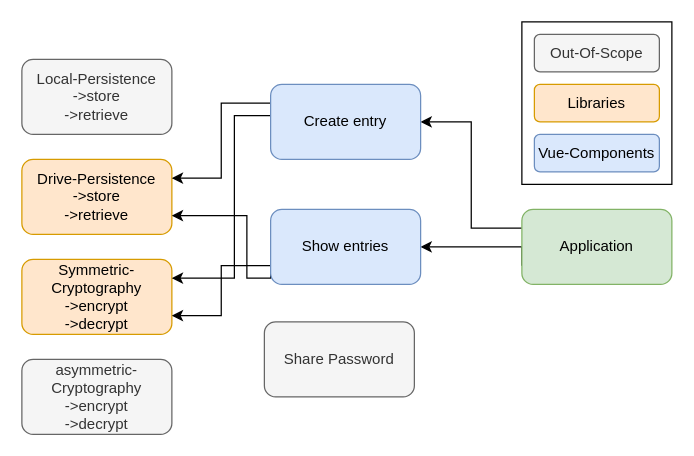
Earlier version of the draw.io diagram page "Seite-2" (2 of 2) of doc/pictures/Dash_Implementierung.drawio (robhta/DASHPasswordManager). Source tidied: cells renumbered, new cells numbered last; positions are measured from the earlier drawing's top-left corner, leaving out a move shared by most shapes. Both pictures are drawn from the tidied source at 125%, with x=0, y=0 at pixel (21, 21).
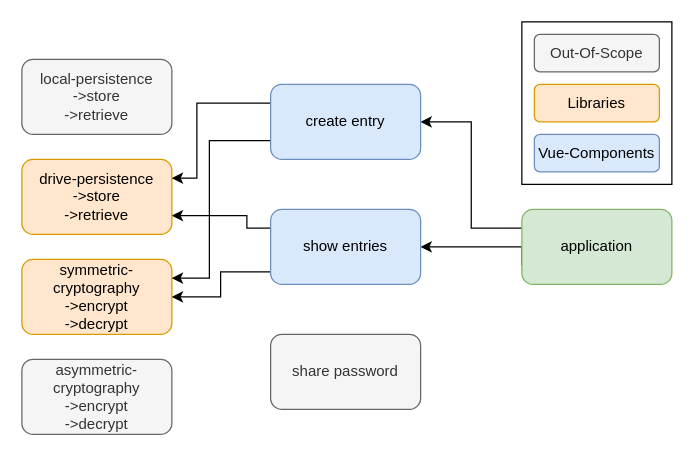
The same diagram, later.

Commit message (it also covers changes not shown here):
Update figure: architecture for the readme

The edit, as a diff of the source:
```diff
@@
-    <mxCell id="2" value="Drive-Persistence&lt;br&gt;-&amp;gt;store&lt;br&gt;-&amp;gt;retrieve" style="rounded=1;whiteSpace=wrap;html=1;fillColor=#ffe6cc;strokeColor=#d79b00;" parent="1" vertex="1">
+    <mxCell id="2" value="drive-persistence&lt;br&gt;-&amp;gt;store&lt;br&gt;-&amp;gt;retrieve" style="rounded=1;whiteSpace=wrap;html=1;fillColor=#ffe6cc;strokeColor=#d79b00;" parent="1" vertex="1">
       <mxGeometry y="110" width="120" height="60" as="geometry" />
     </mxCell>
-    <mxCell id="3" value="Symmetric-Cryptography&lt;br&gt;-&amp;gt;encrypt&lt;br&gt;-&amp;gt;decrypt" style="rounded=1;whiteSpace=wrap;html=1;fillColor=#ffe6cc;strokeColor=#d79b00;" parent="1" vertex="1">
+    <mxCell id="3" value="symmetric-cryptography&lt;br&gt;-&amp;gt;encrypt&lt;br&gt;-&amp;gt;decrypt" style="rounded=1;whiteSpace=wrap;html=1;fillColor=#ffe6cc;strokeColor=#d79b00;" parent="1" vertex="1">
       <mxGeometry y="190" width="120" height="60" as="geometry" />
     </mxCell>
@@
-    <mxCell id="6" value="Application" style="rounded=1;whiteSpace=wrap;html=1;fillColor=#d5e8d4;strokeColor=#82b366;" parent="1" vertex="1">
+    <mxCell id="6" value="application" style="rounded=1;whiteSpace=wrap;html=1;fillColor=#d5e8d4;strokeColor=#82b366;" parent="1" vertex="1">
       <mxGeometry x="400" y="150" width="120" height="60" as="geometry" />
     </mxCell>
     <mxCell id="7" style="edgeStyle=orthogonalEdgeStyle;rounded=0;jettySize=auto;html=1;exitX=0;exitY=0.25;exitDx=0;exitDy=0;entryX=1;entryY=0.25;entryDx=0;entryDy=0;" parent="1" edge="1" source="9" target="2">
-      <mxGeometry relative="1" as="geometry" />
+      <mxGeometry relative="1" as="geometry">
+        <Array as="points">
+          <mxPoint x="140" y="65" />
+          <mxPoint x="140" y="125" />
+        </Array>
+      </mxGeometry>
     </mxCell>
     <mxCell id="8" style="edgeStyle=orthogonalEdgeStyle;rounded=0;jettySize=auto;html=1;exitX=0;exitY=0.75;exitDx=0;exitDy=0;entryX=1;entryY=0.25;entryDx=0;entryDy=0;" parent="1" edge="1" source="9" target="3">
       <mxGeometry relative="1" as="geometry">
         <Array as="points">
-          <mxPoint x="170" y="75" />
-          <mxPoint x="170" y="205" />
+          <mxPoint x="150" y="95" />
+          <mxPoint x="150" y="205" />
         </Array>
       </mxGeometry>
     </mxCell>
-    <mxCell id="9" value="Create entry" style="rounded=1;whiteSpace=wrap;html=1;fillColor=#dae8fc;strokeColor=#6c8ebf;" parent="1" vertex="1">
+    <mxCell id="9" value="create entry" style="rounded=1;whiteSpace=wrap;html=1;fillColor=#dae8fc;strokeColor=#6c8ebf;" parent="1" vertex="1">
       <mxGeometry x="199" y="50" width="120" height="60" as="geometry" />
     </mxCell>
     <mxCell id="10" style="edgeStyle=orthogonalEdgeStyle;rounded=0;jettySize=auto;html=1;exitX=0;exitY=0.25;exitDx=0;exitDy=0;entryX=1;entryY=0.75;entryDx=0;entryDy=0;" parent="1" edge="1" source="12" target="2">
       <mxGeometry relative="1" as="geometry">
         <Array as="points">
-          <mxPoint x="180" y="205" />
+          <mxPoint x="180" y="165" />
           <mxPoint x="180" y="155" />
         </Array>
       </mxGeometry>
     </mxCell>
-    <mxCell id="11" style="edgeStyle=orthogonalEdgeStyle;rounded=0;jettySize=auto;html=1;exitX=0;exitY=0.75;exitDx=0;exitDy=0;entryX=1;entryY=0.75;entryDx=0;entryDy=0;" parent="1" edge="1" source="12" target="3">
-      <mxGeometry relative="1" as="geometry" />
+    <mxCell id="11" style="edgeStyle=orthogonalEdgeStyle;rounded=0;jettySize=auto;html=1;exitX=0;exitY=0.75;exitDx=0;exitDy=0;" parent="1" edge="1" source="12" target="3">
+      <mxGeometry relative="1" as="geometry">
+        <Array as="points">
+          <mxPoint x="199" y="200" />
+          <mxPoint x="159" y="200" />
+          <mxPoint x="159" y="220" />
+        </Array>
+      </mxGeometry>
     </mxCell>
-    <mxCell id="12" value="Show entries" style="rounded=1;whiteSpace=wrap;html=1;fillColor=#dae8fc;strokeColor=#6c8ebf;" parent="1" vertex="1">
+    <mxCell id="12" value="show entries" style="rounded=1;whiteSpace=wrap;html=1;fillColor=#dae8fc;strokeColor=#6c8ebf;" parent="1" vertex="1">
       <mxGeometry x="199" y="150" width="120" height="60" as="geometry" />
     </mxCell>
-    <mxCell id="13" value="Local-Persistence&lt;br&gt;-&amp;gt;store&lt;br&gt;-&amp;gt;retrieve" style="rounded=1;whiteSpace=wrap;html=1;fillColor=#f5f5f5;strokeColor=#666666;fontColor=#333333;" parent="1" vertex="1">
+    <mxCell id="13" value="local-persistence&lt;br&gt;-&amp;gt;store&lt;br&gt;-&amp;gt;retrieve" style="rounded=1;whiteSpace=wrap;html=1;fillColor=#f5f5f5;strokeColor=#666666;fontColor=#333333;" parent="1" vertex="1">
       <mxGeometry y="30" width="120" height="60" as="geometry" />
     </mxCell>
-    <mxCell id="14" value="asymmetric-Cryptography&lt;br&gt;-&amp;gt;encrypt&lt;br&gt;-&amp;gt;decrypt" style="rounded=1;whiteSpace=wrap;html=1;fillColor=#f5f5f5;strokeColor=#666666;fontColor=#333333;" parent="1" vertex="1">
+    <mxCell id="14" value="asymmetric-cryptography&lt;br&gt;-&amp;gt;encrypt&lt;br&gt;-&amp;gt;decrypt" style="rounded=1;whiteSpace=wrap;html=1;fillColor=#f5f5f5;strokeColor=#666666;fontColor=#333333;" parent="1" vertex="1">
       <mxGeometry y="270" width="120" height="60" as="geometry" />
     </mxCell>
-    <mxCell id="15" value="Share Password" style="rounded=1;whiteSpace=wrap;html=1;fillColor=#f5f5f5;strokeColor=#666666;fontColor=#333333;" parent="1" vertex="1">
-      <mxGeometry x="194" y="240" width="120" height="60" as="geometry" />
+    <mxCell id="15" value="share password" style="rounded=1;whiteSpace=wrap;html=1;fillColor=#f5f5f5;strokeColor=#666666;fontColor=#333333;" parent="1" vertex="1">
+      <mxGeometry x="199" y="250" width="120" height="60" as="geometry" />
     </mxCell>
```
